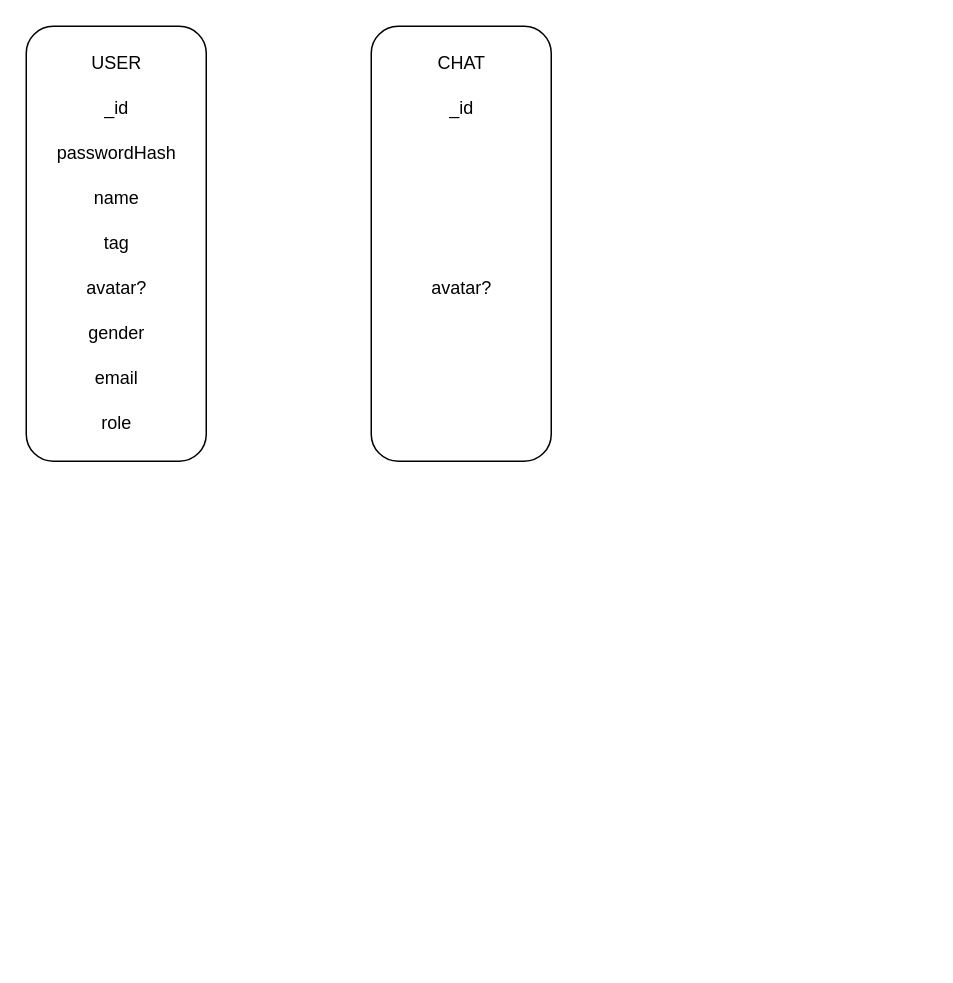
The draw.io diagram chatapp.drawio in GeorgeShvab/diagrams, before the edit. Source tidied: cells renumbered, new cells numbered last; positions are measured from the earlier drawing's top-left corner, leaving out a move shared by most shapes. Both pictures are drawn from the tidied source at 150%, with x=0, y=0 at pixel (26, 26).
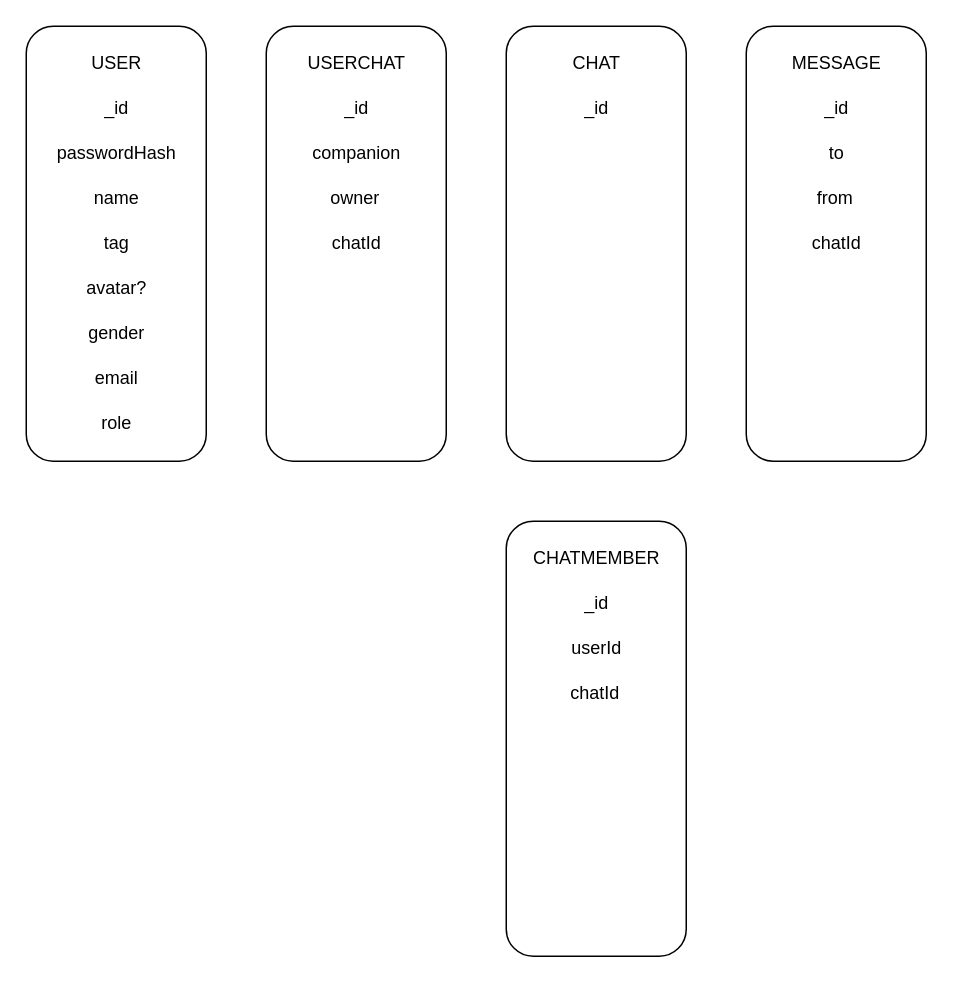
The same page after the edit.

What changed in the source:
```diff
@@
     <mxCell id="12" style="rounded=1;whiteSpace=wrap;html=1;" parent="1" vertex="1">
-      <mxGeometry x="230" width="120" height="290" as="geometry" />
+      <mxGeometry x="320" width="120" height="290" as="geometry" />
     </mxCell>
     <mxCell id="13" value="CHAT" style="text;html=1;align=center;verticalAlign=middle;strokeColor=none;fillColor=none;" parent="1" vertex="1">
-      <mxGeometry x="260" y="10" width="60" height="30" as="geometry" />
+      <mxGeometry x="350" y="10" width="60" height="30" as="geometry" />
     </mxCell>
     <mxCell id="14" value="_id" style="text;html=1;align=center;verticalAlign=middle;strokeColor=none;fillColor=none;" parent="1" vertex="1">
-      <mxGeometry x="270" y="40" width="40" height="30" as="geometry" />
+      <mxGeometry x="360" y="40" width="40" height="30" as="geometry" />
     </mxCell>
-    <mxCell id="15" value="avatar?" style="text;html=1;align=center;verticalAlign=middle;strokeColor=none;fillColor=none;" parent="1" vertex="1">
-      <mxGeometry x="260" y="160" width="60" height="30" as="geometry" />
-    </mxCell>
+    <mxCell id="16" style="rounded=1;whiteSpace=wrap;html=1;" parent="1" vertex="1">
+      <mxGeometry x="160" width="120" height="290" as="geometry" />
+    </mxCell>
+    <mxCell id="17" value="USERCHAT" style="text;html=1;align=center;verticalAlign=middle;strokeColor=none;fillColor=none;" parent="1" vertex="1">
+      <mxGeometry x="175" y="10" width="90" height="30" as="geometry" />
+    </mxCell>
+    <mxCell id="18" value="_id" style="text;html=1;align=center;verticalAlign=middle;strokeColor=none;fillColor=none;" parent="1" vertex="1">
+      <mxGeometry x="200" y="40" width="40" height="30" as="geometry" />
+    </mxCell>
+    <mxCell id="19" value="companion" style="text;html=1;align=center;verticalAlign=middle;strokeColor=none;fillColor=none;" parent="1" vertex="1">
+      <mxGeometry x="180" y="70" width="80" height="30" as="geometry" />
+    </mxCell>
+    <mxCell id="20" value="owner" style="text;html=1;align=center;verticalAlign=middle;strokeColor=none;fillColor=none;" parent="1" vertex="1">
+      <mxGeometry x="189" y="100" width="60" height="30" as="geometry" />
+    </mxCell>
+    <mxCell id="21" value="chatId" style="text;html=1;align=center;verticalAlign=middle;strokeColor=none;fillColor=none;" parent="1" vertex="1">
+      <mxGeometry x="190" y="130" width="60" height="30" as="geometry" />
+    </mxCell>
+    <mxCell id="22" style="rounded=1;whiteSpace=wrap;html=1;" parent="1" vertex="1">
+      <mxGeometry x="480" width="120" height="290" as="geometry" />
+    </mxCell>
+    <mxCell id="23" value="MESSAGE" style="text;html=1;align=center;verticalAlign=middle;strokeColor=none;fillColor=none;" parent="1" vertex="1">
+      <mxGeometry x="500" y="10" width="80" height="30" as="geometry" />
+    </mxCell>
+    <mxCell id="24" value="_id" style="text;html=1;align=center;verticalAlign=middle;strokeColor=none;fillColor=none;" parent="1" vertex="1">
+      <mxGeometry x="520" y="40" width="40" height="30" as="geometry" />
+    </mxCell>
+    <mxCell id="25" value="to" style="text;html=1;align=center;verticalAlign=middle;strokeColor=none;fillColor=none;" parent="1" vertex="1">
+      <mxGeometry x="525" y="70" width="30" height="30" as="geometry" />
+    </mxCell>
+    <mxCell id="26" value="from" style="text;html=1;align=center;verticalAlign=middle;strokeColor=none;fillColor=none;" parent="1" vertex="1">
+      <mxGeometry x="514" y="100" width="50" height="30" as="geometry" />
+    </mxCell>
+    <mxCell id="27" value="chatId" style="text;html=1;align=center;verticalAlign=middle;strokeColor=none;fillColor=none;" parent="1" vertex="1">
+      <mxGeometry x="510" y="130" width="60" height="30" as="geometry" />
+    </mxCell>
+    <mxCell id="28" style="rounded=1;whiteSpace=wrap;html=1;" parent="1" vertex="1">
+      <mxGeometry x="320" y="330" width="120" height="290" as="geometry" />
+    </mxCell>
+    <mxCell id="29" value="CHATMEMBER" style="text;html=1;align=center;verticalAlign=middle;strokeColor=none;fillColor=none;" parent="1" vertex="1">
+      <mxGeometry x="325" y="340" width="110" height="30" as="geometry" />
+    </mxCell>
+    <mxCell id="30" value="_id" style="text;html=1;align=center;verticalAlign=middle;strokeColor=none;fillColor=none;" parent="1" vertex="1">
+      <mxGeometry x="360" y="370" width="40" height="30" as="geometry" />
+    </mxCell>
+    <mxCell id="31" value="userId" style="text;html=1;align=center;verticalAlign=middle;strokeColor=none;fillColor=none;" parent="1" vertex="1">
+      <mxGeometry x="350" y="400" width="60" height="30" as="geometry" />
+    </mxCell>
+    <mxCell id="32" value="chatId" style="text;html=1;align=center;verticalAlign=middle;strokeColor=none;fillColor=none;" parent="1" vertex="1">
+      <mxGeometry x="349" y="430" width="60" height="30" as="geometry" />
+    </mxCell>
```
